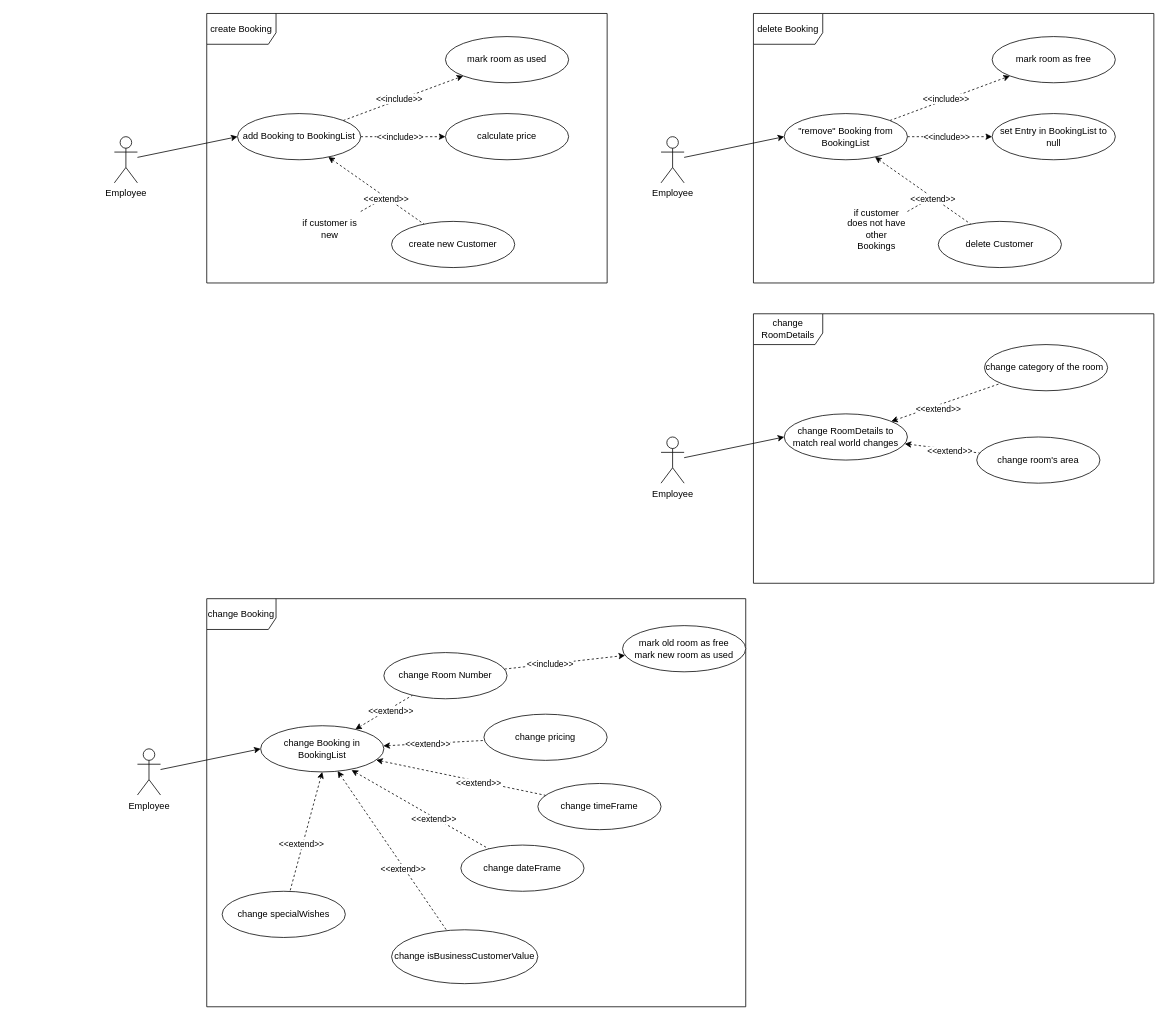
fh-erfurt/Businesshotel-Roommanager keeps this draw.io diagram as Use Case Diagramme.drawio. Above is the earlier version. Source tidied: cells renumbered, new cells numbered last; positions are measured from the earlier drawing's top-left corner, leaving out a move shared by most shapes. Both pictures are drawn from the tidied source at 77%, with x=0, y=0 at pixel (114, 13).
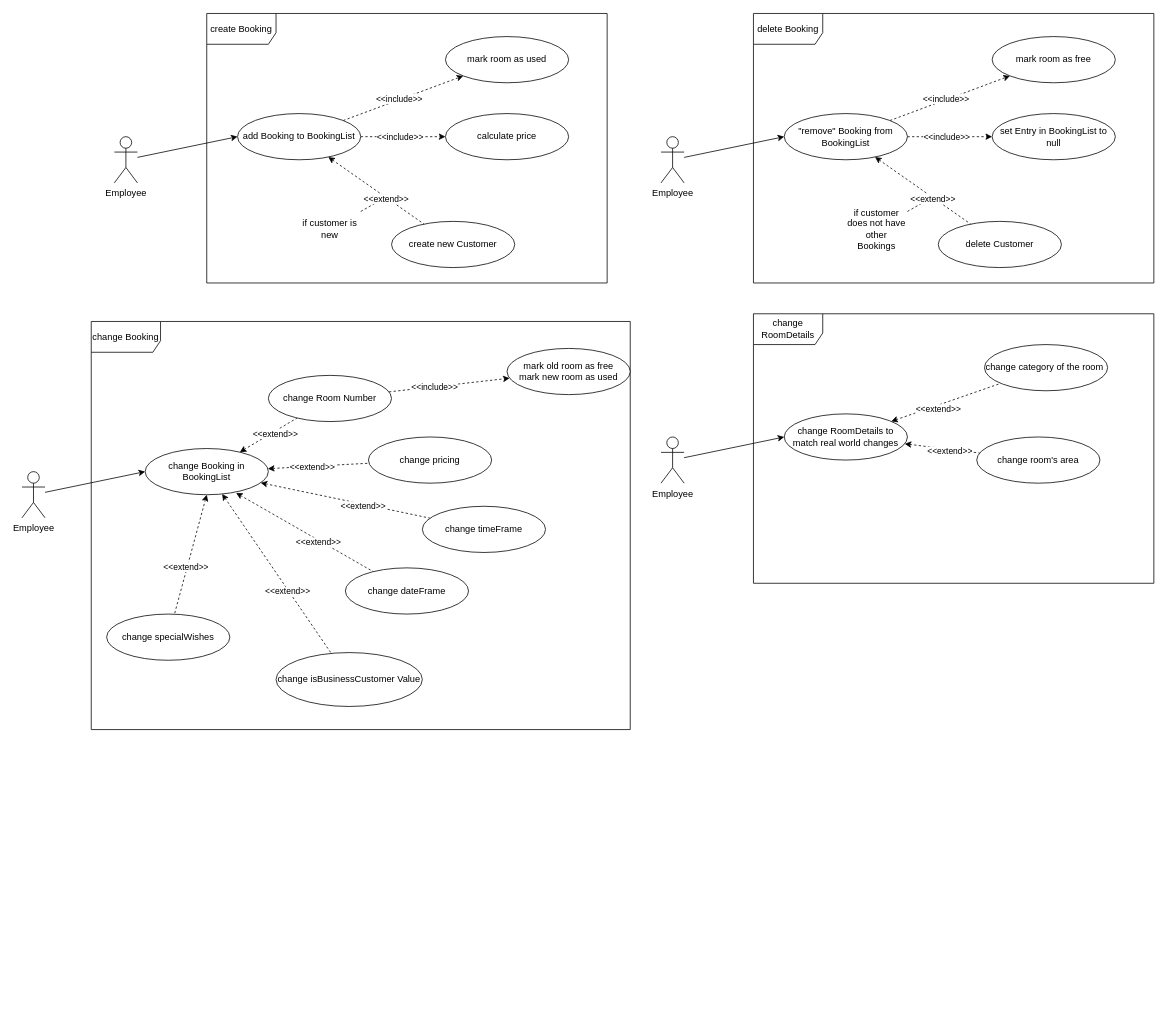
Above is the later version.

What changed in the source:
```diff
@@
     <mxCell id="17" value="change Booking" style="shape=umlFrame;whiteSpace=wrap;html=1;width=90;height=40;" parent="1" vertex="1">
-      <mxGeometry x="120" y="760" width="700" height="530" as="geometry" />
+      <mxGeometry x="-30" y="400" width="700" height="530" as="geometry" />
     </mxCell>
@@
     <mxCell id="19" value="Employee" style="shape=umlActor;verticalLabelPosition=bottom;verticalAlign=top;html=1;" parent="1" vertex="1">
-      <mxGeometry x="30" y="955" width="30" height="60" as="geometry" />
+      <mxGeometry x="-120" y="595" width="30" height="60" as="geometry" />
     </mxCell>
@@
     <mxCell id="26" value="change Booking in BookingList" style="ellipse;whiteSpace=wrap;html=1;" parent="1" vertex="1">
-      <mxGeometry x="190" y="925" width="160" height="60" as="geometry" />
+      <mxGeometry x="40" y="565" width="160" height="60" as="geometry" />
     </mxCell>
@@
     <mxCell id="29" value="change Room Number" style="ellipse;whiteSpace=wrap;html=1;" parent="1" vertex="1">
-      <mxGeometry x="350" y="830" width="160" height="60" as="geometry" />
+      <mxGeometry x="200" y="470" width="160" height="60" as="geometry" />
     </mxCell>
     <mxCell id="30" value="change pricing" style="ellipse;whiteSpace=wrap;html=1;" parent="1" vertex="1">
-      <mxGeometry x="480" y="910" width="160" height="60" as="geometry" />
+      <mxGeometry x="330" y="550" width="160" height="60" as="geometry" />
     </mxCell>
     <mxCell id="31" value="change timeFrame" style="ellipse;whiteSpace=wrap;html=1;" parent="1" vertex="1">
-      <mxGeometry x="550" y="1000" width="160" height="60" as="geometry" />
+      <mxGeometry x="400" y="640" width="160" height="60" as="geometry" />
     </mxCell>
@@
     <mxCell id="57" value="mark old room as free&lt;br&gt;mark new room as used" style="ellipse;whiteSpace=wrap;html=1;" parent="1" vertex="1">
-      <mxGeometry x="660" y="795" width="160" height="60" as="geometry" />
+      <mxGeometry x="510" y="435" width="160" height="60" as="geometry" />
     </mxCell>
@@
     <mxCell id="60" value="change dateFrame" style="ellipse;whiteSpace=wrap;html=1;" parent="1" vertex="1">
-      <mxGeometry x="450" y="1080" width="160" height="60" as="geometry" />
+      <mxGeometry x="300" y="720" width="160" height="60" as="geometry" />
     </mxCell>
@@
     <mxCell id="63" value="change specialWishes" style="ellipse;whiteSpace=wrap;html=1;" parent="1" vertex="1">
-      <mxGeometry x="140" y="1140" width="160" height="60" as="geometry" />
+      <mxGeometry x="-10" y="780" width="160" height="60" as="geometry" />
     </mxCell>
@@
-    <mxCell id="66" value="change isBusinessCustomerValue" style="ellipse;whiteSpace=wrap;html=1;" parent="1" vertex="1">
-      <mxGeometry x="360" y="1190" width="190" height="70" as="geometry" />
+    <mxCell id="66" value="change isBusinessCustomer Value" style="ellipse;whiteSpace=wrap;html=1;" parent="1" vertex="1">
+      <mxGeometry x="210" y="830" width="190" height="70" as="geometry" />
     </mxCell>
```
